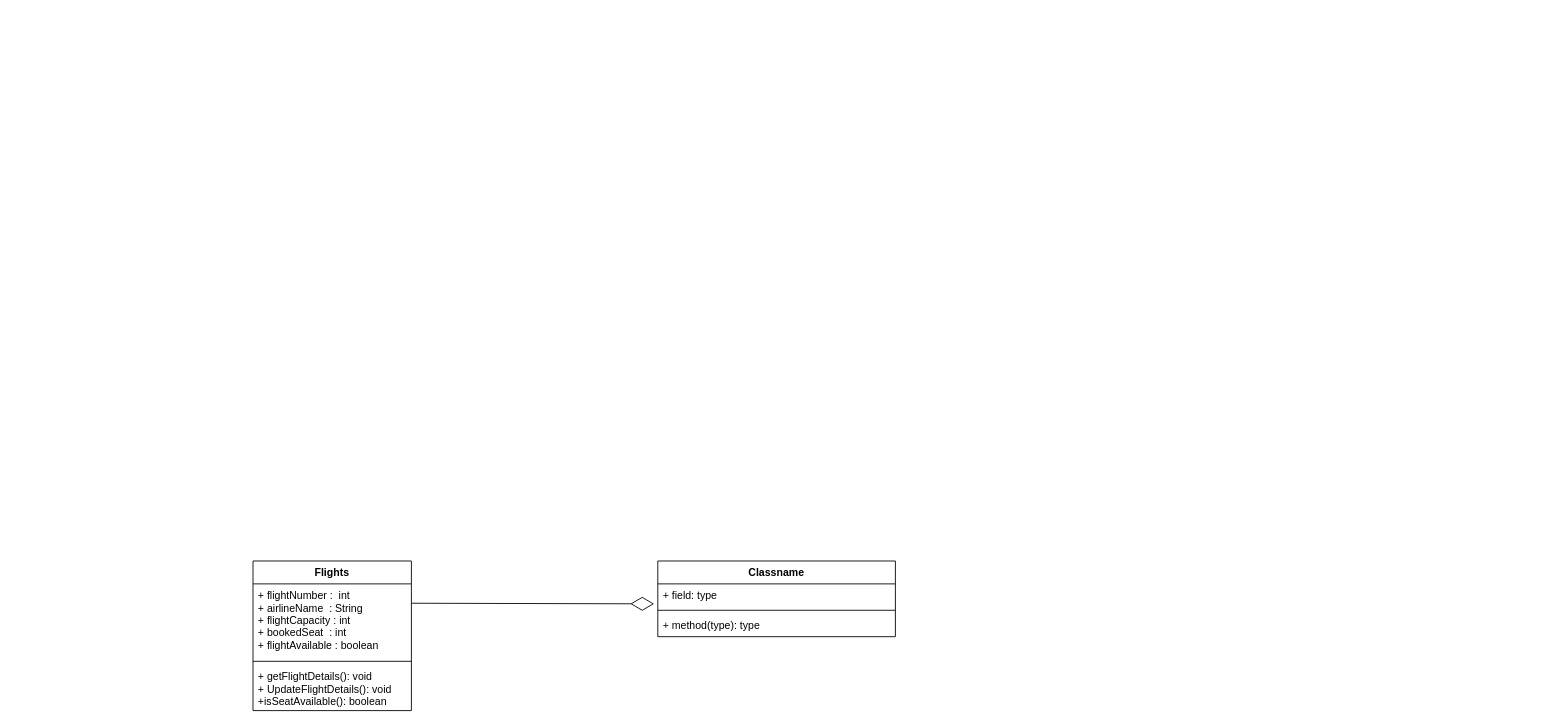
Vinayak007/FRS_Project_Vinayak keeps this draw.io diagram as FRS_uml/FRS_uml#Vinayak.drawio. Above is the earlier version. Source tidied: cells renumbered, new cells numbered last; positions are measured from the earlier drawing's top-left corner, leaving out a move shared by most shapes. Both pictures are drawn from the tidied source at 88%, with x=0, y=0 at pixel (253, 561).
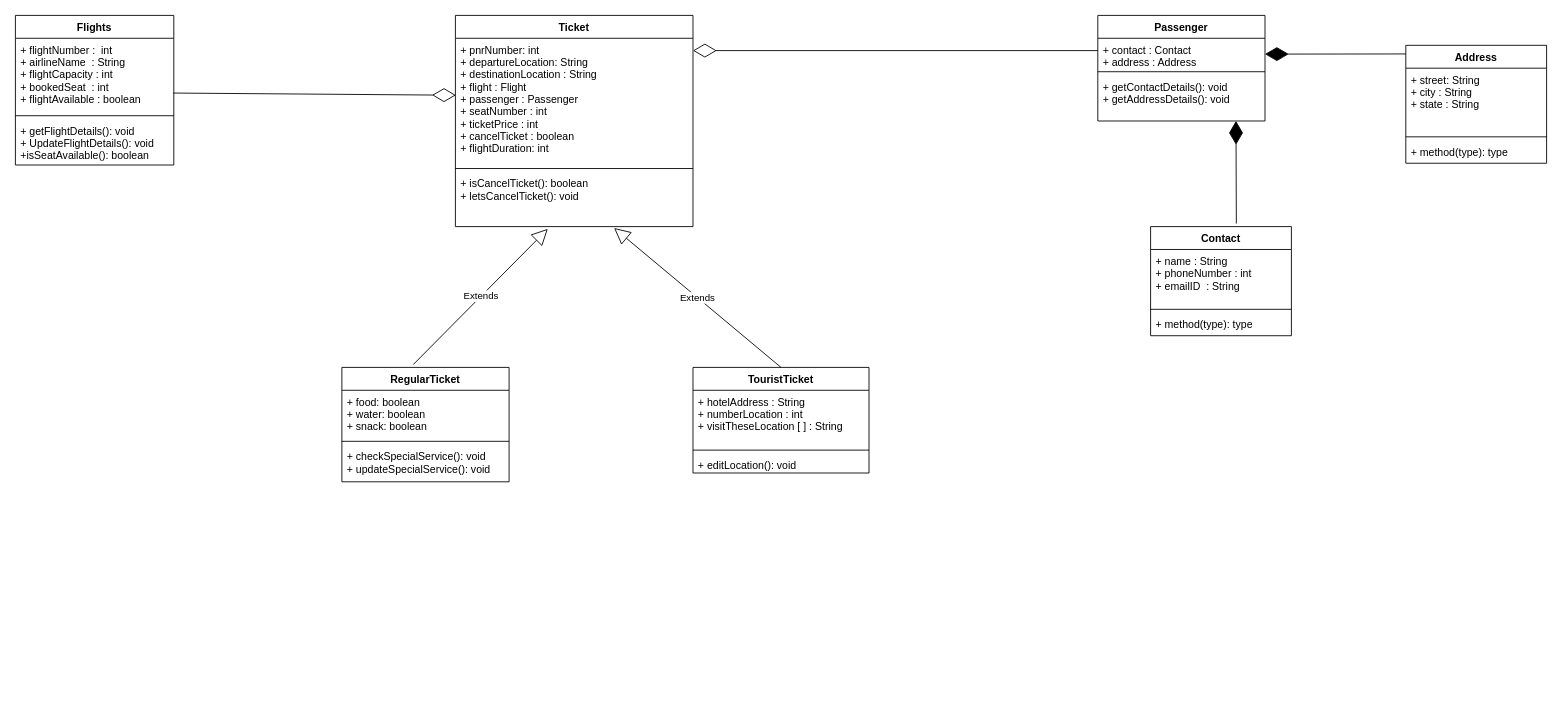
After the change.

Commit message:
Created all possible class diagram

Unchanged cells that the change refers to:
```xml
<mxCell id="3" value="+ flightNumber :  int&#10;+ airlineName  : String&#10;+ flightCapacity : int&#10;+ bookedSeat  : int&#10;+ flightAvailable : boolean&#10;&#10;" style="text;strokeColor=none;fillColor=none;align=left;verticalAlign=top;spacingLeft=4;spacingRight=4;overflow=hidden;points=[[0,0.5],[1,0.5]];portConstraint=eastwest;" parent="2" vertex="1">
  <mxGeometry y="26" width="180" height="84" as="geometry" />
</mxCell>
```

The edit, as a diff of the source:
```diff
@@
     <mxCell id="2" value="Flights" style="swimlane;fontStyle=1;align=center;verticalAlign=top;horizontal=1;startSize=26;" parent="1" vertex="1">
-      <mxGeometry width="180" height="170" as="geometry" />
+      <mxGeometry x="-270" y="-620" width="180" height="170" as="geometry" />
     </mxCell>
@@
-    <mxCell id="6" style="endArrow=diamondThin;endFill=0;endSize=24;html=1;entryX=0.003;entryY=0.872;entryDx=0;entryDy=0;entryPerimeter=0;" parent="1" edge="1">
+    <mxCell id="6" style="endArrow=diamondThin;endFill=0;endSize=24;html=1;entryX=0.002;entryY=0.38;entryDx=0;entryDy=0;entryPerimeter=0;exitX=0.997;exitY=0.741;exitDx=0;exitDy=0;exitPerimeter=0;" parent="1" edge="1" source="3">
       <mxGeometry relative="1" as="geometry">
-        <mxPoint x="180" y="48" as="sourcePoint" />
-        <mxPoint x="455.8" y="48.7" as="targetPoint" />
+        <mxPoint x="230.5" y="-529.3" as="targetPoint" />
       </mxGeometry>
     </mxCell>
-    <mxCell id="7" value="Classname" style="swimlane;fontStyle=1;align=center;verticalAlign=top;horizontal=1;startSize=26;" parent="1" vertex="1">
-      <mxGeometry x="460" width="270" height="86" as="geometry" />
+    <mxCell id="7" value="Ticket" style="swimlane;fontStyle=1;align=center;verticalAlign=top;horizontal=1;startSize=26;" parent="1" vertex="1">
+      <mxGeometry x="230" y="-620" width="270" height="240" as="geometry" />
     </mxCell>
-    <mxCell id="8" value="+ field: type" style="text;strokeColor=none;fillColor=none;align=left;verticalAlign=top;spacingLeft=4;spacingRight=4;overflow=hidden;" parent="7" vertex="1">
-      <mxGeometry y="26" width="270" height="26" as="geometry" />
+    <mxCell id="8" value="+ pnrNumber: int&#10;+ departureLocation: String&#10;+ destinationLocation : String&#10;+ flight : Flight&#10;+ passenger : Passenger&#10;+ seatNumber : int &#10;+ ticketPrice : int&#10;+ cancelTicket : boolean&#10;+ flightDuration: int  &#10;&#10;" style="text;strokeColor=none;fillColor=none;align=left;verticalAlign=top;spacingLeft=4;spacingRight=4;overflow=hidden;" parent="7" vertex="1">
+      <mxGeometry y="26" width="270" height="144" as="geometry" />
     </mxCell>
     <mxCell id="9" style="line;strokeWidth=1;fillColor=none;align=left;verticalAlign=middle;spacingTop=-1;spacingLeft=3;spacingRight=3;labelPosition=right;" parent="7" vertex="1">
-      <mxGeometry y="52" width="270" height="8" as="geometry" />
+      <mxGeometry y="170" width="270" height="8" as="geometry" />
     </mxCell>
-    <mxCell id="10" value="+ method(type): type" style="text;strokeColor=none;fillColor=none;align=left;verticalAlign=top;spacingLeft=4;spacingRight=4;overflow=hidden;points=[[0,0.5],[1,0.5]];portConstraint=eastwest;" parent="7" vertex="1">
-      <mxGeometry y="60" width="270" height="26" as="geometry" />
+    <mxCell id="10" value="+ isCancelTicket(): boolean&#10;+ letsCancelTicket(): void" style="text;strokeColor=none;fillColor=none;align=left;verticalAlign=top;spacingLeft=4;spacingRight=4;overflow=hidden;points=[[0,0.5],[1,0.5]];portConstraint=eastwest;" parent="7" vertex="1">
+      <mxGeometry y="178" width="270" height="62" as="geometry" />
     </mxCell>
+    <mxCell id="11" value="RegularTicket" style="swimlane;fontStyle=1;align=center;verticalAlign=top;horizontal=1;startSize=26;" parent="1" vertex="1">
+      <mxGeometry x="101" y="-220" width="190" height="130" as="geometry" />
+    </mxCell>
+    <mxCell id="12" value="+ food: boolean&#10;+ water: boolean&#10;+ snack: boolean&#10;&#10;" style="text;strokeColor=none;fillColor=none;align=left;verticalAlign=top;spacingLeft=4;spacingRight=4;overflow=hidden;" parent="11" vertex="1">
+      <mxGeometry y="26" width="190" height="54" as="geometry" />
+    </mxCell>
+    <mxCell id="13" style="line;strokeWidth=1;fillColor=none;align=left;verticalAlign=middle;spacingTop=-1;spacingLeft=3;spacingRight=3;labelPosition=right;" parent="11" vertex="1">
+      <mxGeometry y="80" width="190" height="8" as="geometry" />
+    </mxCell>
+    <mxCell id="14" value="+ checkSpecialService(): void&#10;+ updateSpecialService(): void&#10;" style="text;strokeColor=none;fillColor=none;align=left;verticalAlign=top;spacingLeft=4;spacingRight=4;overflow=hidden;" parent="11" vertex="1">
+      <mxGeometry y="88" width="190" height="42" as="geometry" />
+    </mxCell>
+    <mxCell id="15" value="TouristTicket" style="swimlane;fontStyle=1;align=center;verticalAlign=top;horizontal=1;startSize=26;" parent="1" vertex="1">
+      <mxGeometry x="500" y="-220" width="200" height="120" as="geometry" />
+    </mxCell>
+    <mxCell id="16" value="+ hotelAddress : String&#10;+ numberLocation : int&#10;+ visitTheseLocation [ ] : String&#10;" style="text;strokeColor=none;fillColor=none;align=left;verticalAlign=top;spacingLeft=4;spacingRight=4;overflow=hidden;" parent="15" vertex="1">
+      <mxGeometry y="26" width="200" height="64" as="geometry" />
+    </mxCell>
+    <mxCell id="17" style="line;strokeWidth=1;fillColor=none;align=left;verticalAlign=middle;spacingTop=-1;spacingLeft=3;spacingRight=3;labelPosition=right;" parent="15" vertex="1">
+      <mxGeometry y="90" width="200" height="8" as="geometry" />
+    </mxCell>
+    <mxCell id="18" value="+ editLocation(): void" style="text;strokeColor=none;fillColor=none;align=left;verticalAlign=top;spacingLeft=4;spacingRight=4;overflow=hidden;" parent="15" vertex="1">
+      <mxGeometry y="98" width="200" height="22" as="geometry" />
+    </mxCell>
+    <mxCell id="19" value="Extends" style="endArrow=block;endSize=16;endFill=0;html=1;exitX=0.427;exitY=-0.025;exitDx=0;exitDy=0;exitPerimeter=0;entryX=0.389;entryY=1.041;entryDx=0;entryDy=0;entryPerimeter=0;" parent="1" edge="1" source="11" target="10">
+      <mxGeometry relative="1" as="geometry" />
+    </mxCell>
+    <mxCell id="20" value="Extends" style="endArrow=block;endSize=16;endFill=0;html=1;exitX=0.5;exitY=0;exitDx=0;exitDy=0;entryX=0.668;entryY=1.026;entryDx=0;entryDy=0;entryPerimeter=0;" parent="1" edge="1" source="15" target="10">
+      <mxGeometry relative="1" as="geometry" />
+    </mxCell>
+    <mxCell id="21" value="Passenger" style="swimlane;fontStyle=1;align=center;verticalAlign=top;horizontal=1;startSize=26;" parent="1" vertex="1">
+      <mxGeometry x="960" y="-620" width="190" height="120" as="geometry" />
+    </mxCell>
+    <mxCell id="22" value="+ contact : Contact&#10;+ address : Address" style="text;strokeColor=none;fillColor=none;align=left;verticalAlign=top;spacingLeft=4;spacingRight=4;overflow=hidden;" parent="21" vertex="1">
+      <mxGeometry y="26" width="190" height="34" as="geometry" />
+    </mxCell>
+    <mxCell id="23" style="line;strokeWidth=1;fillColor=none;align=left;verticalAlign=middle;spacingTop=-1;spacingLeft=3;spacingRight=3;labelPosition=right;" parent="21" vertex="1">
+      <mxGeometry y="60" width="190" height="8" as="geometry" />
+    </mxCell>
+    <mxCell id="24" value="+ getContactDetails(): void&#10;+ getAddressDetails(): void" style="text;strokeColor=none;fillColor=none;align=left;verticalAlign=top;spacingLeft=4;spacingRight=4;overflow=hidden;" parent="21" vertex="1">
+      <mxGeometry y="68" width="190" height="52" as="geometry" />
+    </mxCell>
+    <mxCell id="25" style="endArrow=diamondThin;endFill=0;endSize=24;html=1;" parent="1" edge="1">
+      <mxGeometry relative="1" as="geometry">
+        <mxPoint x="960" y="-580" as="sourcePoint" />
+        <mxPoint x="500" y="-580" as="targetPoint" />
+      </mxGeometry>
+    </mxCell>
+    <mxCell id="26" value="Address" style="swimlane;fontStyle=1;align=center;verticalAlign=top;horizontal=1;startSize=26;" parent="1" vertex="1">
+      <mxGeometry x="1310" y="-586" width="160" height="134" as="geometry" />
+    </mxCell>
+    <mxCell id="27" value="+ street: String&#10;+ city : String&#10;+ state : String" style="text;strokeColor=none;fillColor=none;align=left;verticalAlign=top;spacingLeft=4;spacingRight=4;overflow=hidden;" parent="26" vertex="1">
+      <mxGeometry y="26" width="160" height="74" as="geometry" />
+    </mxCell>
+    <mxCell id="28" style="line;strokeWidth=1;fillColor=none;align=left;verticalAlign=middle;spacingTop=-1;spacingLeft=3;spacingRight=3;labelPosition=right;" parent="26" vertex="1">
+      <mxGeometry y="100" width="160" height="8" as="geometry" />
+    </mxCell>
+    <mxCell id="29" value="+ method(type): type" style="text;strokeColor=none;fillColor=none;align=left;verticalAlign=top;spacingLeft=4;spacingRight=4;overflow=hidden;" parent="26" vertex="1">
+      <mxGeometry y="108" width="160" height="26" as="geometry" />
+    </mxCell>
+    <mxCell id="30" value="Contact" style="swimlane;fontStyle=1;align=center;verticalAlign=top;horizontal=1;startSize=26;" parent="1" vertex="1">
+      <mxGeometry x="1020" y="-380" width="160" height="124" as="geometry" />
+    </mxCell>
+    <mxCell id="31" value="+ name : String&#10;+ phoneNumber : int&#10;+ emailID  : String&#10;" style="text;strokeColor=none;fillColor=none;align=left;verticalAlign=top;spacingLeft=4;spacingRight=4;overflow=hidden;" parent="30" vertex="1">
+      <mxGeometry y="26" width="160" height="64" as="geometry" />
+    </mxCell>
+    <mxCell id="32" style="line;strokeWidth=1;fillColor=none;align=left;verticalAlign=middle;spacingTop=-1;spacingLeft=3;spacingRight=3;labelPosition=right;" parent="30" vertex="1">
+      <mxGeometry y="90" width="160" height="8" as="geometry" />
+    </mxCell>
+    <mxCell id="33" value="+ method(type): type" style="text;strokeColor=none;fillColor=none;align=left;verticalAlign=top;spacingLeft=4;spacingRight=4;overflow=hidden;" parent="30" vertex="1">
+      <mxGeometry y="98" width="160" height="26" as="geometry" />
+    </mxCell>
+    <mxCell id="34" style="endArrow=diamondThin;endFill=1;endSize=24;html=1;exitX=0.609;exitY=-0.028;exitDx=0;exitDy=0;exitPerimeter=0;" parent="1" edge="1" source="30">
+      <mxGeometry relative="1" as="geometry">
+        <mxPoint x="1117" y="-500" as="targetPoint" />
+      </mxGeometry>
+    </mxCell>
+    <mxCell id="35" style="endArrow=diamondThin;endFill=1;endSize=24;html=1;entryX=1;entryY=0.5;entryDx=0;entryDy=0;exitX=0.001;exitY=-0.009;exitDx=0;exitDy=0;exitPerimeter=0;" parent="1" edge="1">
+      <mxGeometry relative="1" as="geometry">
+        <mxPoint x="1310.2" y="-576.2" as="sourcePoint" />
+        <mxPoint x="1150" y="-576" as="targetPoint" />
+      </mxGeometry>
+    </mxCell>
```
